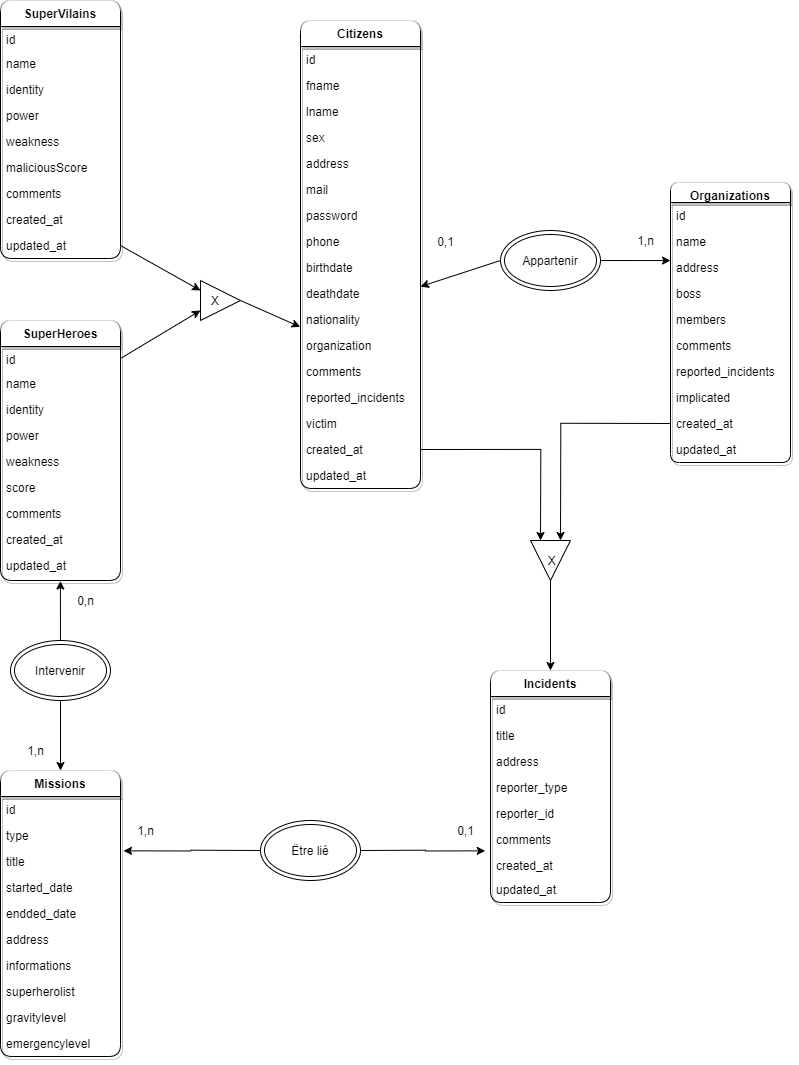
Before: documentation/mcd/mcd.png, a diagram exported from draw.io (floriaaan/java-bootcamp). Source tidied: cells renumbered, new cells last; positions are measured from the earlier drawing's top-left corner, leaving out a move shared by most shapes.
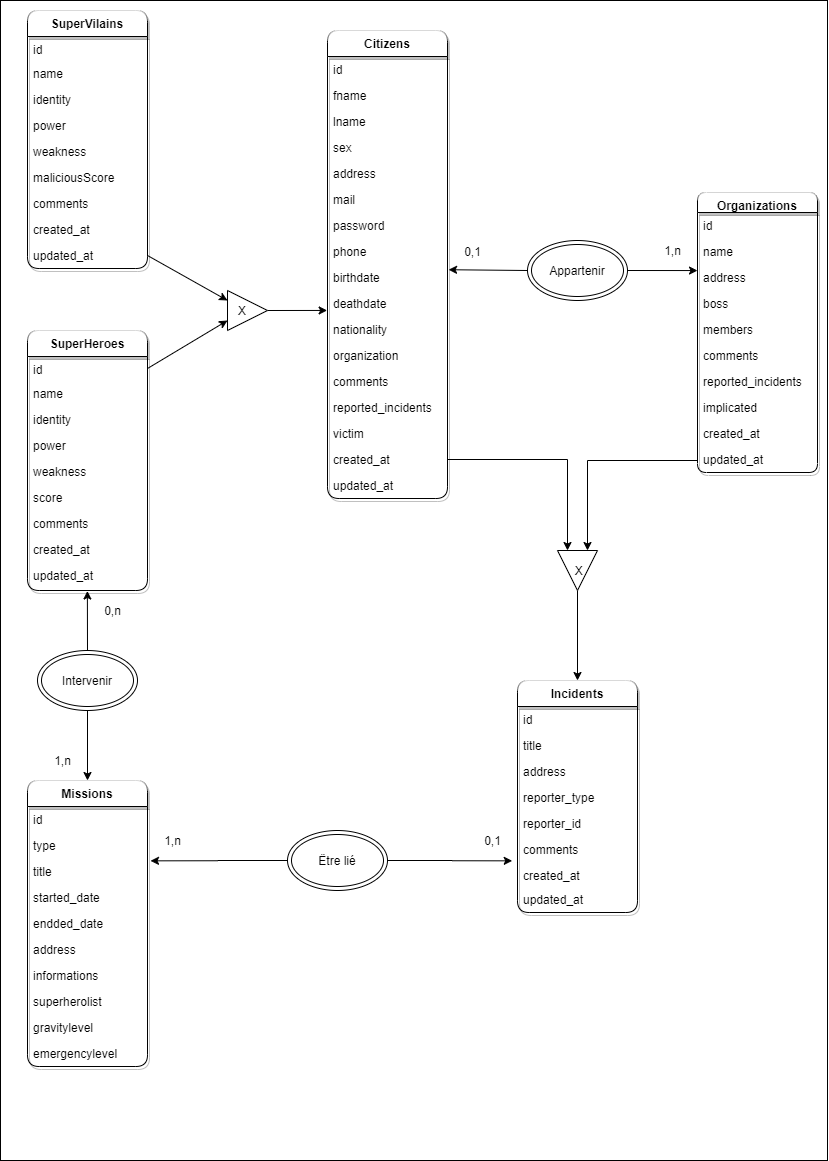
Later version of the same file.

The edit, as a diff of the source:
```diff
@@ -2,6 +2,9 @@
   <root>
     <mxCell id="0" />
     <mxCell id="1" parent="0" />
+    <mxCell id="94" style="rounded=0;whiteSpace=wrap;html=1;" parent="1" vertex="1">
+      <mxGeometry x="-27" y="-10" width="827" height="1160" as="geometry" />
+    </mxCell>
     <mxCell id="2" value="Citizens" style="swimlane;fontStyle=1;horizontal=1;startSize=26;swimlaneLine=1;rounded=1;shadow=1;sketch=0;glass=1;verticalAlign=top;" parent="1" vertex="1">
       <mxGeometry x="300" y="20" width="120" height="468" as="geometry" />
     </mxCell>
@@ -176,7 +179,7 @@
     <mxCell id="59" value="updated_at" style="text;strokeColor=none;fillColor=none;align=left;verticalAlign=top;spacingLeft=4;spacingRight=4;overflow=hidden;" parent="51" vertex="1">
       <mxGeometry y="206" width="120" height="26" as="geometry" />
     </mxCell>
-    <mxCell id="60" style="edgeStyle=none;rounded=0;jettySize=auto;html=1;exitX=1;exitY=0.5;exitDx=0;exitDy=0;entryX=-0.003;entryY=0.784;entryDx=0;entryDy=0;entryPerimeter=0;" parent="1" edge="1" source="61" target="13">
+    <mxCell id="60" style="edgeStyle=none;rounded=0;jettySize=auto;html=1;exitX=1;exitY=0.5;exitDx=0;exitDy=0;entryX=-0.003;entryY=0.767;entryDx=0;entryDy=0;entryPerimeter=0;" parent="1" edge="1" source="61" target="12">
       <mxGeometry relative="1" as="geometry" />
     </mxCell>
     <mxCell id="61" value="X&amp;nbsp; &amp;nbsp;" style="triangle;whiteSpace=wrap;html=1;" parent="1" vertex="1">
@@ -188,7 +191,7 @@
     <mxCell id="63" style="edgeStyle=none;rounded=0;jettySize=auto;html=1;exitX=1;exitY=0.5;exitDx=0;exitDy=0;entryX=0;entryY=0.25;entryDx=0;entryDy=0;" parent="1" edge="1" source="50" target="61">
       <mxGeometry relative="1" as="geometry" />
     </mxCell>
-    <mxCell id="64" style="edgeStyle=none;rounded=0;jettySize=auto;html=1;exitX=0;exitY=0.5;exitDx=0;exitDy=0;entryX=1;entryY=0.233;entryDx=0;entryDy=0;entryPerimeter=0;" parent="1" edge="1" source="66" target="12">
+    <mxCell id="64" style="edgeStyle=none;rounded=0;jettySize=auto;html=1;exitX=0;exitY=0.5;exitDx=0;exitDy=0;entryX=1.009;entryY=0.201;entryDx=0;entryDy=0;entryPerimeter=0;" parent="1" edge="1" source="66" target="11">
       <mxGeometry relative="1" as="geometry" />
     </mxCell>
     <mxCell id="65" style="edgeStyle=none;rounded=0;jettySize=auto;html=1;exitX=1;exitY=0.5;exitDx=0;exitDy=0;entryX=0;entryY=0.233;entryDx=0;entryDy=0;entryPerimeter=0;" parent="1" edge="1" source="66" target="23">
@@ -270,7 +273,12 @@
       <mxGeometry relative="1" as="geometry" />
     </mxCell>
     <mxCell id="91" style="edgeStyle=orthogonalEdgeStyle;rounded=0;jettySize=auto;html=1;exitX=0;exitY=0.5;exitDx=0;exitDy=0;entryX=0;entryY=0.25;entryDx=0;entryDy=0;" parent="1" edge="1" source="29" target="81">
-      <mxGeometry relative="1" as="geometry" />
+      <mxGeometry relative="1" as="geometry">
+        <Array as="points">
+          <mxPoint x="670" y="450" />
+          <mxPoint x="560" y="450" />
+        </Array>
+      </mxGeometry>
     </mxCell>
     <mxCell id="92" value="1,n" style="text;html=1;align=center;verticalAlign=middle;" parent="1" vertex="1">
       <mxGeometry x="130" y="820" width="30" height="20" as="geometry" />
```
